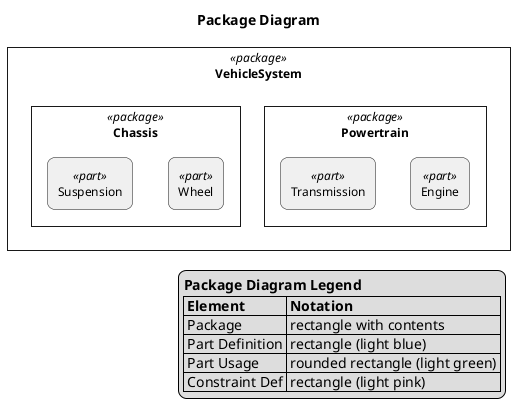
Earlier version of the PlantUML export plantuml-examples/09-package-diagram.png (mycr0ft/sysmlpy).
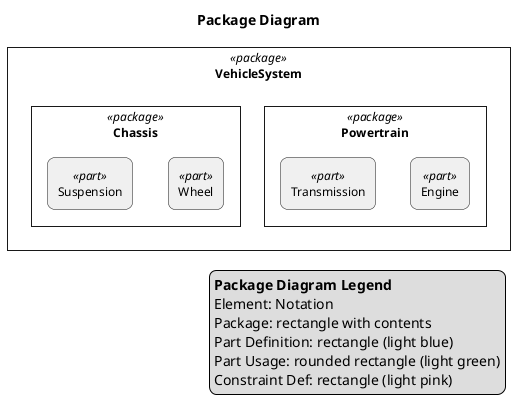
The same file after the commit.

What changed in the source:
```diff
@@ -33,15 +33,15 @@
 
 hide circle
 
-rectangle "VehicleSystem" as PKG_9840 <<package>> {
-  rectangle "Powertrain" as PKG_5760 <<package>> {
-    rectangle "Engine" as E_2224 <<part>>
-    rectangle "Transmission" as E_6080 <<part>>
+rectangle "VehicleSystem" as PKG_4544 <<package>> {
+  rectangle "Powertrain" as PKG_608 <<package>> {
+    rectangle "Engine" as E_912 <<part>>
+    rectangle "Transmission" as E_2528 <<part>>
   }
 
-  rectangle "Chassis" as PKG_5488 <<package>> {
-    rectangle "Wheel" as E_2992 <<part>>
-    rectangle "Suspension" as E_4032 <<part>>
+  rectangle "Chassis" as PKG_336 <<package>> {
+    rectangle "Wheel" as E_3168 <<part>>
+    rectangle "Suspension" as E_1120 <<part>>
   }
 
 }
@@ -49,11 +49,11 @@
 
 legend right
   <b>Package Diagram Legend</b>
-  |= Element |= Notation |
-  | Package | rectangle with contents |
-  | Part Definition | rectangle (light blue) |
-  | Part Usage | rounded rectangle (light green) |
-  | Constraint Def | rectangle (light pink) |
+  Element: Notation
+  Package: rectangle with contents
+  Part Definition: rectangle (light blue)
+  Part Usage: rounded rectangle (light green)
+  Constraint Def: rectangle (light pink)
 endlegend
 
 @enduml
```
